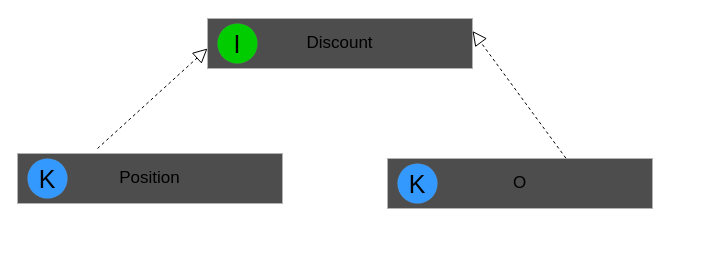
Before: src/main/java/com/splab/patterns/behavioralPatterns/interpreter/interp.drawio in Sava175/SpLab, a draw.io diagram. Source tidied: cells renumbered, new cells numbered last; positions are measured from the earlier drawing's top-left corner, leaving out a move shared by most shapes. Both pictures are drawn from the tidied source at 100%, with x=0, y=0 at pixel (17, 18).
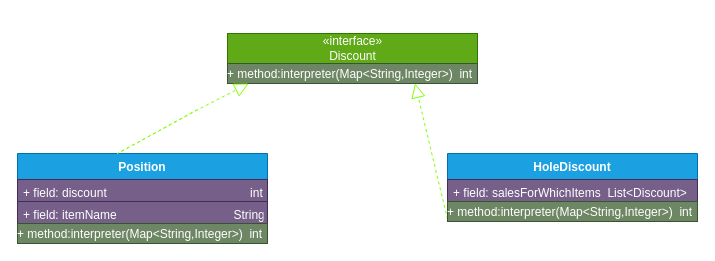
The same diagram, later.

What changed in the source:
```diff
@@
 <mxGraphModel>
   <root>
     <mxCell id="0" />
     <mxCell id="1" parent="0" />
-    <mxCell id="2" value="&lt;font style=&quot;font-size: 17px;&quot;&gt;Discount&lt;/font&gt;" style="rounded=0;whiteSpace=wrap;html=1;fillColor=#4D4D4D;align=center;strokeColor=#B3B3B3;" parent="1" vertex="1">
-      <mxGeometry x="190" width="265" height="50" as="geometry" />
-    </mxCell>
-    <mxCell id="3" value="I" style="ellipse;whiteSpace=wrap;html=1;strokeColor=#B3B3B3;strokeWidth=0;fontSize=25;fontColor=#000000;fillColor=#00CC00;" parent="1" vertex="1">
-      <mxGeometry x="200" y="5" width="40" height="40" as="geometry" />
-    </mxCell>
+    <mxCell id="10" value="«interface»&lt;br&gt;Discount" style="html=1;fillColor=#60a917;fontColor=#ffffff;strokeColor=#2D7600;" parent="1" vertex="1">
+      <mxGeometry x="210" y="15" width="250" height="30" as="geometry" />
+    </mxCell>
+    <mxCell id="11" value="&lt;p style=&quot;margin: 4px 0px 0px;&quot;&gt;+ method:interpreter(Map&amp;lt;String,Integer&amp;gt;)&amp;nbsp; int&lt;br&gt;&lt;/p&gt;" style="verticalAlign=top;align=left;overflow=fill;fontSize=12;fontFamily=Helvetica;html=1;fillColor=#6d8764;fontColor=#ffffff;strokeColor=#3A5431;" parent="1" vertex="1">
+      <mxGeometry x="210" y="45" width="250" height="20" as="geometry" />
+    </mxCell>
-    <mxCell id="4" value="&lt;font style=&quot;font-size: 17px;&quot;&gt;Position&lt;/font&gt;" style="rounded=0;whiteSpace=wrap;html=1;fillColor=#4D4D4D;align=center;strokeColor=#B3B3B3;" parent="1" vertex="1">
-      <mxGeometry y="135" width="265" height="50" as="geometry" />
+    <mxCell id="4" value="Position" style="swimlane;fontStyle=1;align=center;verticalAlign=top;horizontal=1;startSize=26;fillColor=#1ba1e2;fontColor=#ffffff;strokeColor=#006EAF;" parent="1" vertex="1">
+      <mxGeometry y="135" width="250" height="48" as="geometry" />
     </mxCell>
-    <mxCell id="5" value="K" style="ellipse;whiteSpace=wrap;html=1;strokeColor=#B3B3B3;strokeWidth=0;fontSize=25;fontColor=#000000;fillColor=#3399FF;" parent="1" vertex="1">
-      <mxGeometry x="10" y="140" width="40" height="40" as="geometry" />
-    </mxCell>
-    <mxCell id="6" value="&lt;font style=&quot;font-size: 17px;&quot;&gt;O&lt;/font&gt;" style="rounded=0;whiteSpace=wrap;html=1;fillColor=#4D4D4D;align=center;strokeColor=#B3B3B3;" parent="1" vertex="1">
-      <mxGeometry x="370" y="140" width="265" height="50" as="geometry" />
-    </mxCell>
-    <mxCell id="7" value="K" style="ellipse;whiteSpace=wrap;html=1;strokeColor=#B3B3B3;strokeWidth=0;fontSize=25;fontColor=#000000;fillColor=#3399FF;" parent="1" vertex="1">
-      <mxGeometry x="380" y="145" width="40" height="40" as="geometry" />
-    </mxCell>
-    <mxCell id="8" style="endArrow=block;dashed=1;endFill=0;endSize=12;html=1;rounded=0;" parent="1" edge="1">
-      <mxGeometry relative="1" as="geometry">
-        <mxPoint x="80" y="130" as="sourcePoint" />
-        <mxPoint x="190" y="30" as="targetPoint" />
-      </mxGeometry>
-    </mxCell>
-    <mxCell id="9" style="endArrow=block;dashed=1;endFill=0;endSize=12;html=1;rounded=0;exitX=0.673;exitY=-0.008;exitDx=0;exitDy=0;exitPerimeter=0;entryX=1;entryY=0.25;entryDx=0;entryDy=0;" parent="1" edge="1" source="6" target="2">
-      <mxGeometry relative="1" as="geometry" />
-    </mxCell>
+    <mxCell id="12" value="+ field: discount                                           int" style="text;strokeColor=#432D57;fillColor=#76608a;align=left;verticalAlign=top;spacingLeft=4;spacingRight=4;overflow=hidden;fontColor=#ffffff;" parent="4" vertex="1">
+      <mxGeometry y="26" width="250" height="22" as="geometry" />
+    </mxCell>
+    <mxCell id="13" value="HoleDiscount" style="swimlane;fontStyle=1;align=center;verticalAlign=top;horizontal=1;startSize=26;fillColor=#1ba1e2;fontColor=#ffffff;strokeColor=#006EAF;" parent="1" vertex="1">
+      <mxGeometry x="430" y="135" width="250" height="48" as="geometry" />
+    </mxCell>
+    <mxCell id="14" value="+ field: salesForWhichItems  List&lt;Discount&gt;" style="text;strokeColor=#432D57;fillColor=#76608a;align=left;verticalAlign=top;spacingLeft=4;spacingRight=4;overflow=hidden;fontColor=#ffffff;" parent="13" vertex="1">
+      <mxGeometry y="26" width="250" height="22" as="geometry" />
+    </mxCell>
+    <mxCell id="15" style="endArrow=block;dashed=1;endFill=0;endSize=12;html=1;rounded=0;fillColor=#60a917;strokeColor=#80FF00;" parent="1" edge="1">
+      <mxGeometry relative="1" as="geometry">
+        <mxPoint x="180.1" y="91" as="sourcePoint" />
+        <mxPoint x="231.2" y="65" as="targetPoint" />
+        <Array as="points">
+          <mxPoint x="100" y="135" />
+          <mxPoint x="180" y="91.4" />
+        </Array>
+      </mxGeometry>
+    </mxCell>
+    <mxCell id="16" style="endArrow=block;dashed=1;endFill=0;endSize=12;html=1;rounded=0;fillColor=#60a917;strokeColor=#80FF00;entryX=0.75;entryY=1;entryDx=0;entryDy=0;" parent="1" edge="1" target="11">
+      <mxGeometry relative="1" as="geometry">
+        <mxPoint x="430.1" y="201" as="sourcePoint" />
+        <Array as="points">
+          <mxPoint x="430" y="201.4" />
+        </Array>
+      </mxGeometry>
+    </mxCell>
+    <mxCell id="17" value="+ field: itemName                                   String" style="text;strokeColor=#432D57;fillColor=#76608a;align=left;verticalAlign=top;spacingLeft=4;spacingRight=4;overflow=hidden;fontColor=#ffffff;" parent="1" vertex="1">
+      <mxGeometry y="183" width="250" height="22" as="geometry" />
+    </mxCell>
+    <mxCell id="18" value="&lt;p style=&quot;margin: 4px 0px 0px;&quot;&gt;+ method:interpreter(Map&amp;lt;String,Integer&amp;gt;)&amp;nbsp; int&lt;br&gt;&lt;/p&gt;" style="verticalAlign=top;align=left;overflow=fill;fontSize=12;fontFamily=Helvetica;html=1;fillColor=#6d8764;fontColor=#ffffff;strokeColor=#3A5431;" parent="1" vertex="1">
+      <mxGeometry y="205" width="250" height="20" as="geometry" />
+    </mxCell>
+    <mxCell id="19" value="&lt;p style=&quot;margin: 4px 0px 0px;&quot;&gt;+ method:interpreter(Map&amp;lt;String,Integer&amp;gt;)&amp;nbsp; int&lt;br&gt;&lt;/p&gt;" style="verticalAlign=top;align=left;overflow=fill;fontSize=12;fontFamily=Helvetica;html=1;fillColor=#6d8764;fontColor=#ffffff;strokeColor=#3A5431;" parent="1" vertex="1">
+      <mxGeometry x="430" y="183" width="250" height="20" as="geometry" />
+    </mxCell>
   </root>
 </mxGraphModel>
```
